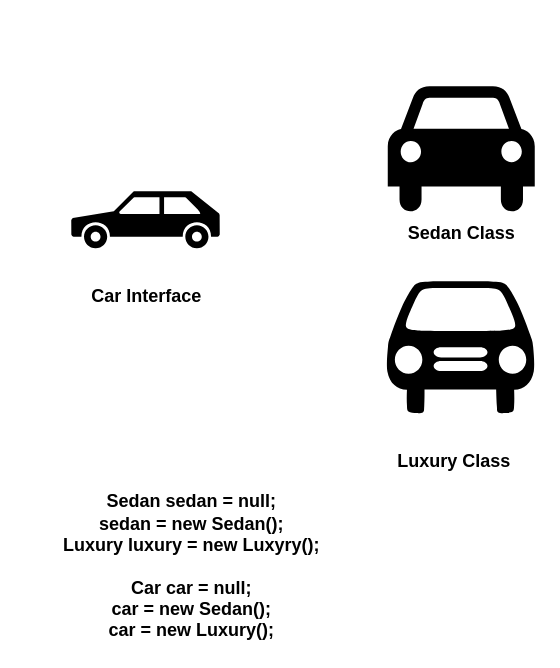
Above: page "Java Core" (9 of 9) of dgm/msG2.drawio in spm-gsmohanty/sbms (draw.io), before the change. Source tidied: cells renumbered, new cells numbered last; positions are measured from the earlier drawing's top-left corner, leaving out a move shared by most shapes. Both pictures are drawn from the tidied source at 150%, with x=0, y=0 at pixel (48, 86).
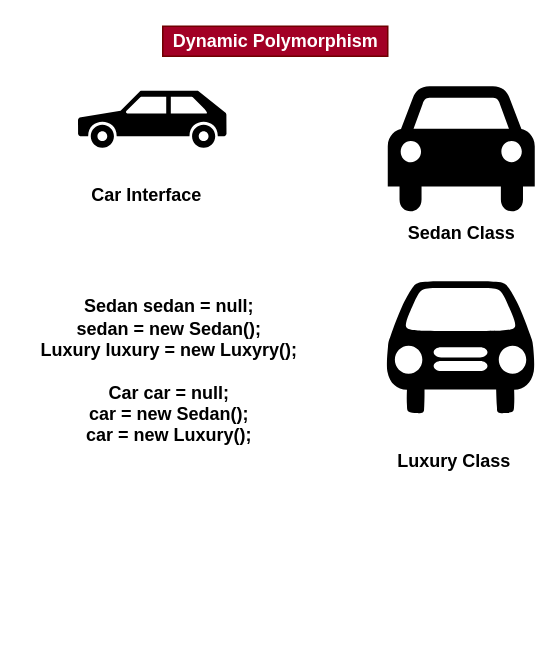
After the change.

Diff of the diagram source:
```diff
@@
 <mxGraphModel>
   <root>
     <mxCell id="0" />
     <mxCell id="1" parent="0" />
     <mxCell id="2" style="shape=mxgraph.signs.transportation.car_3;html=1;fillColor=#000000;strokeColor=none;verticalLabelPosition=bottom;verticalAlign=top;align=center;" parent="1" vertex="1">
-      <mxGeometry x="15" y="70" width="99" height="38" as="geometry" />
+      <mxGeometry x="19.5" y="3" width="99" height="38" as="geometry" />
     </mxCell>
     <mxCell id="3" style="shape=mxgraph.signs.transportation.car_4;html=1;fillColor=#000000;strokeColor=none;verticalLabelPosition=bottom;verticalAlign=top;align=center;" parent="1" vertex="1">
       <mxGeometry x="226" width="98" height="86" as="geometry" />
     </mxCell>
     <mxCell id="4" style="shape=mxgraph.signs.transportation.car_1;html=1;fillColor=#000000;strokeColor=none;verticalLabelPosition=bottom;verticalAlign=top;align=center;" parent="1" vertex="1">
       <mxGeometry x="225" y="130" width="99" height="88" as="geometry" />
     </mxCell>
     <mxCell id="5" value="Car Interface" style="text;html=1;align=center;verticalAlign=middle;fontStyle=1;" parent="1" vertex="1">
-      <mxGeometry x="19.5" y="130" width="90" height="20" as="geometry" />
+      <mxGeometry x="19.5" y="63" width="90" height="20" as="geometry" />
     </mxCell>
     <mxCell id="6" value="Sedan Class" style="text;html=1;align=center;verticalAlign=middle;fontStyle=1;" parent="1" vertex="1">
       <mxGeometry x="230" y="88" width="90" height="20" as="geometry" />
     </mxCell>
     <mxCell id="7" value="Luxury Class" style="text;html=1;align=center;verticalAlign=middle;fontStyle=1;" parent="1" vertex="1">
       <mxGeometry x="225" y="240" width="90" height="20" as="geometry" />
     </mxCell>
     <mxCell id="8" value="Sedan sedan = null;&lt;br&gt;sedan = new Sedan();&lt;br&gt;Luxury luxury = new Luxyry();&lt;br&gt;&lt;br&gt;Car car = null;&lt;br&gt;car = new Sedan();&lt;br&gt;car = new Luxury();" style="text;html=1;align=center;verticalAlign=middle;fontStyle=1;" parent="1" vertex="1">
-      <mxGeometry y="270" width="190" height="100" as="geometry" />
+      <mxGeometry x="-15" y="140" width="190" height="100" as="geometry" />
     </mxCell>
+    <mxCell id="9" value="Dynamic Polymorphism" style="text;html=1;align=center;verticalAlign=middle;fontStyle=1;fillColor=#a20025;strokeColor=#6F0000;fontColor=#ffffff;" parent="1" vertex="1">
+      <mxGeometry x="76" y="-40" width="150" height="20" as="geometry" />
+    </mxCell>
   </root>
 </mxGraphModel>
```
